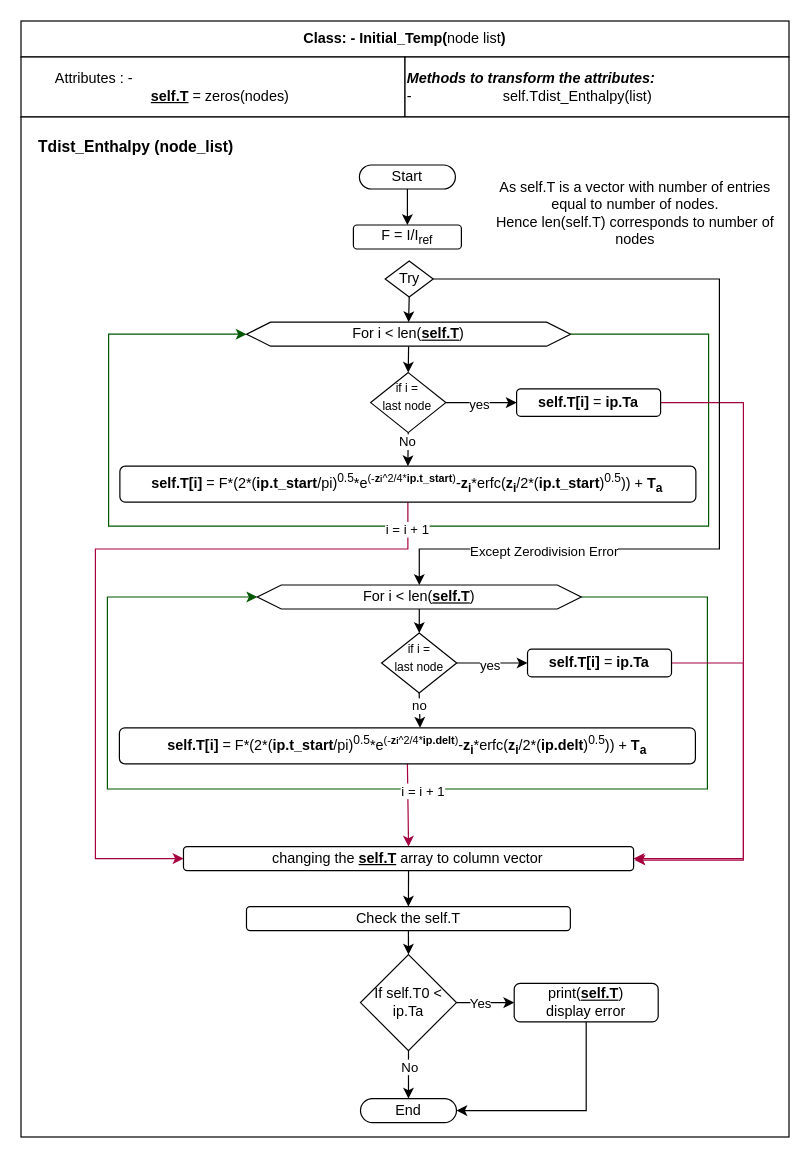
This is .drawio from okolekar/PPP, a draw.io file, before an edit. Source tidied: cells renumbered, new cells numbered last; positions are measured from the earlier drawing's top-left corner, leaving out a move shared by most shapes. Both pictures are drawn from the tidied source at 120%, with x=0, y=0 at pixel (20, 20).
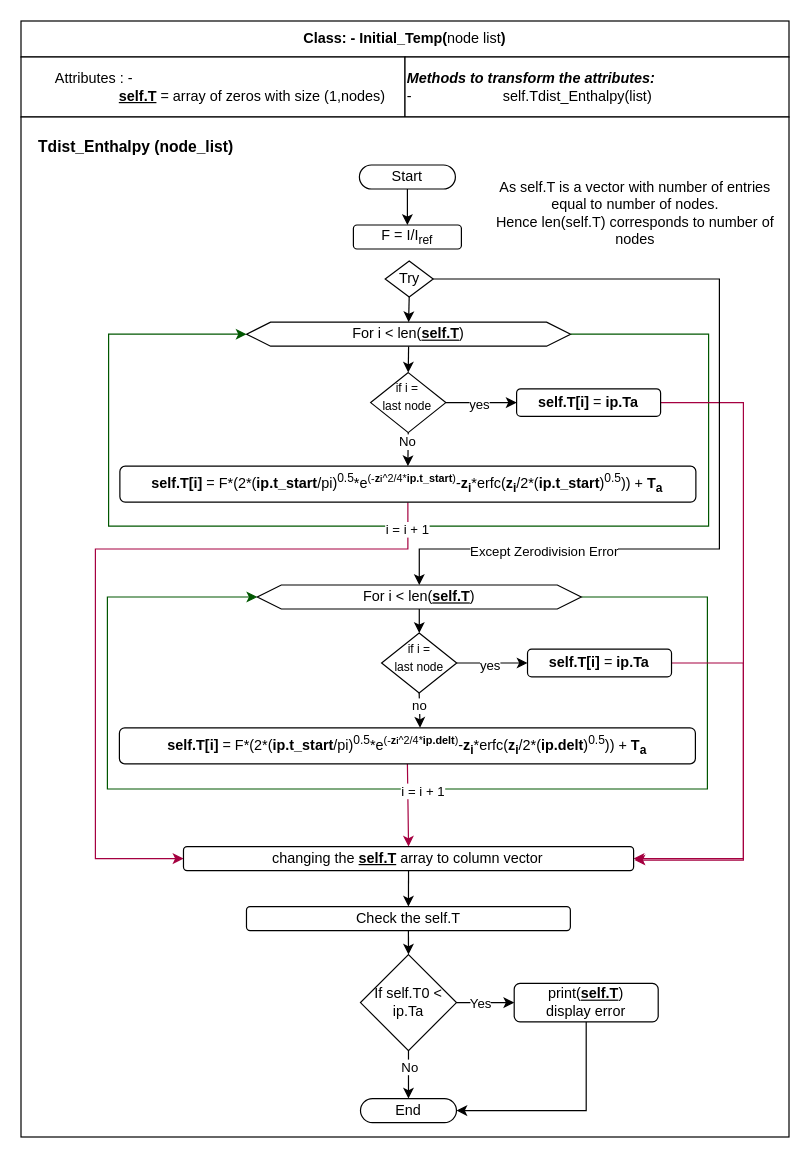
Above is the later version.

Change to the diagram source:
```diff
@@
-    <mxCell id="3" value="&lt;span style=&quot;white-space: pre;&quot;&gt;&#9;&lt;/span&gt;Attributes : -&amp;nbsp;&lt;br&gt;&lt;span style=&quot;white-space: pre;&quot;&gt;&#9;&lt;/span&gt;&lt;span style=&quot;white-space: pre;&quot;&gt;&#9;&lt;/span&gt;&lt;span style=&quot;white-space: pre;&quot;&gt;&#9;&lt;/span&gt;&lt;span style=&quot;white-space: pre;&quot;&gt;&#9;&lt;/span&gt;&lt;b&gt;&lt;u&gt;self.T&lt;/u&gt;&lt;/b&gt; = zeros(nodes)" style="rounded=0;whiteSpace=wrap;html=1;align=left;" parent="1" vertex="1">
+    <mxCell id="3" value="&lt;span style=&quot;white-space: pre;&quot;&gt;&#9;&lt;/span&gt;Attributes : -&amp;nbsp;&lt;br&gt;&lt;span style=&quot;white-space: pre;&quot;&gt;&#9;&lt;/span&gt;&lt;span style=&quot;white-space: pre;&quot;&gt;&#9;&lt;/span&gt;&lt;span style=&quot;white-space: pre;&quot;&gt;&#9;&lt;/span&gt;&lt;b&gt;&lt;u&gt;self.T&lt;/u&gt;&lt;/b&gt; = array of zeros with size (1,nodes)" style="rounded=0;whiteSpace=wrap;html=1;align=left;" parent="1" vertex="1">
       <mxGeometry y="30" width="320" height="50" as="geometry" />
     </mxCell>
```
